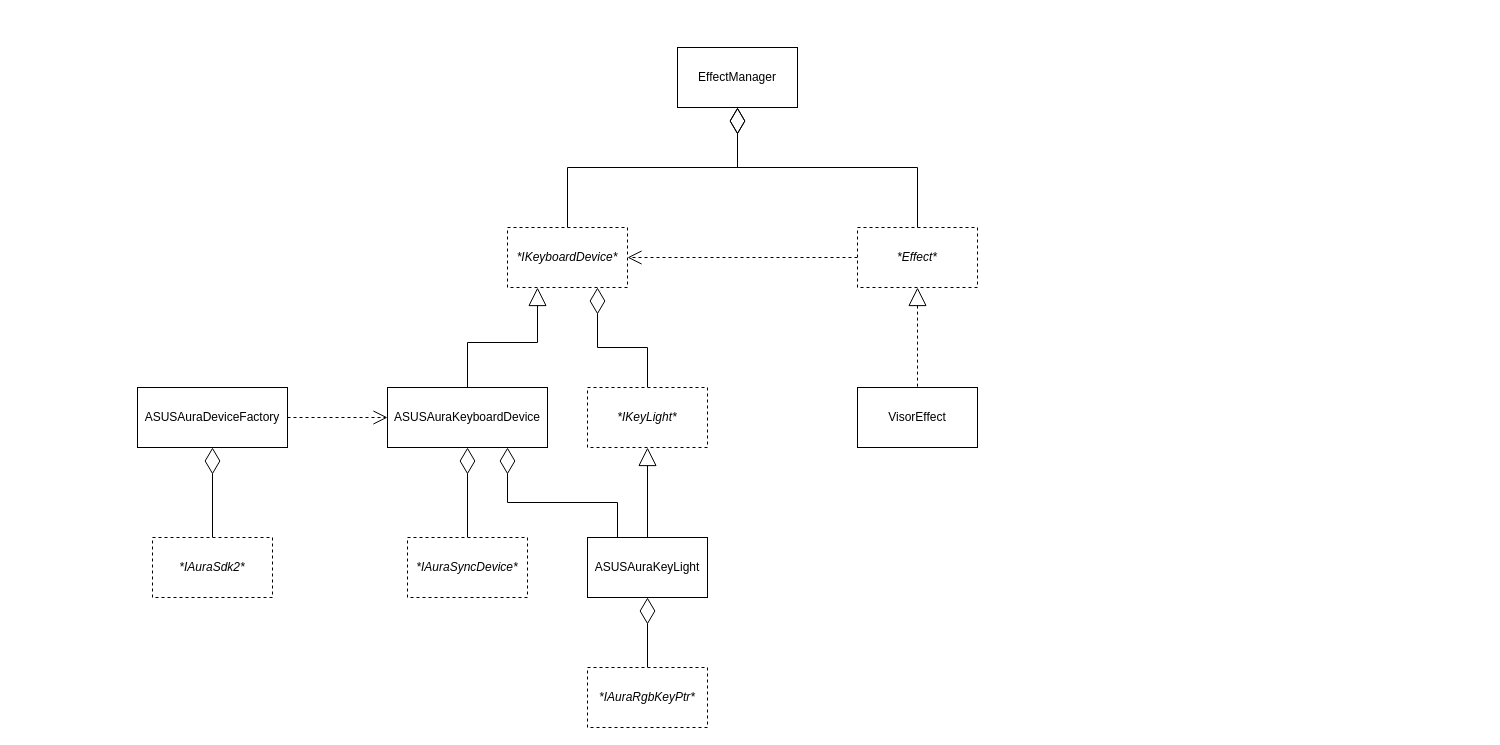
Before: resources/Architecture.drawio in JE-FH/RGBStudio, a draw.io diagram. Source tidied: cells renumbered, new cells numbered last; positions are measured from the earlier drawing's top-left corner, leaving out a move shared by most shapes. Both pictures are drawn from the tidied source at 100%, with x=0, y=0 at pixel (137, 47).
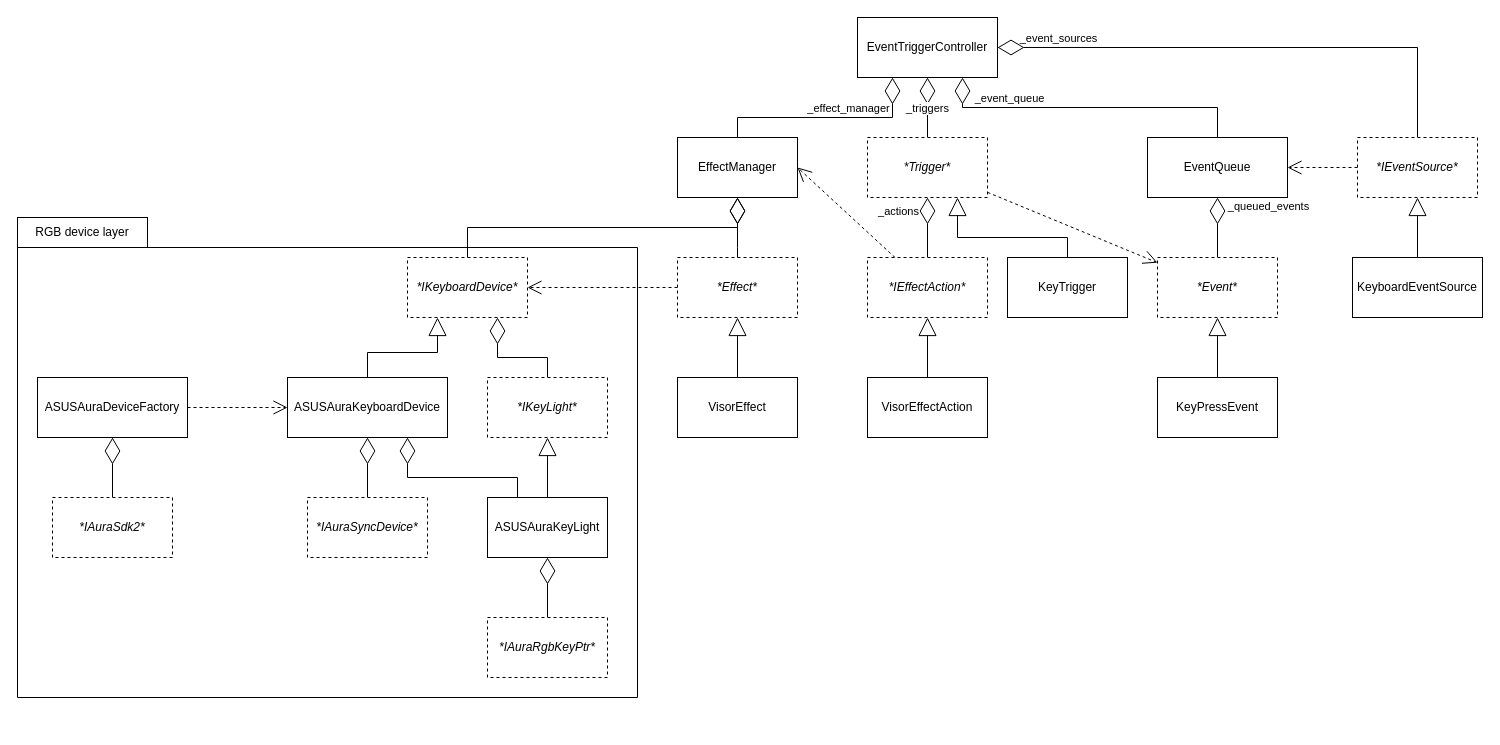
The same diagram, later.

The edit, as a diff of the source:
```diff
@@
     <mxCell id="4" value="*IKeyboardDevice*" style="rounded=0;whiteSpace=wrap;html=1;dashed=1;fontStyle=2;" parent="1" vertex="1">
-      <mxGeometry x="370" y="180" width="120" height="60" as="geometry" />
+      <mxGeometry x="270" y="210" width="120" height="60" as="geometry" />
     </mxCell>
@@
-    <mxCell id="6" style="edgeStyle=orthogonalEdgeStyle;rounded=0;jumpStyle=none;jettySize=auto;html=1;exitX=0.75;exitY=1;exitDx=0;exitDy=0;entryX=0.25;entryY=0;entryDx=0;entryDy=0;startArrow=diamondThin;startFill=0;endArrow=none;endFill=0;startSize=24;endSize=12;strokeColor=default;" parent="1" edge="1" source="7" target="16">
+    <mxCell id="6" style="edgeStyle=orthogonalEdgeStyle;rounded=0;jumpStyle=none;jettySize=auto;html=1;exitX=0.75;exitY=1;exitDx=0;exitDy=0;entryX=0.25;entryY=0;entryDx=0;entryDy=0;startArrow=diamondThin;startFill=0;endArrow=none;endFill=0;startSize=24;endSize=12;" parent="1" edge="1" source="7" target="16">
       <mxGeometry relative="1" as="geometry" />
     </mxCell>
     <mxCell id="7" value="ASUSAuraKeyboardDevice" style="rounded=0;whiteSpace=wrap;html=1;align=center;" parent="1" vertex="1">
-      <mxGeometry x="250" y="340" width="160" height="60" as="geometry" />
+      <mxGeometry x="150" y="330" width="160" height="60" as="geometry" />
     </mxCell>
@@
     <mxCell id="10" value="ASUSAuraDeviceFactory" style="rounded=0;whiteSpace=wrap;html=1;" parent="1" vertex="1">
-      <mxGeometry y="340" width="150" height="60" as="geometry" />
+      <mxGeometry x="-100" y="330" width="150" height="60" as="geometry" />
     </mxCell>
     <mxCell id="11" value="*IAuraSdk2*" style="rounded=0;whiteSpace=wrap;html=1;dashed=1;fontStyle=2;" parent="1" vertex="1">
-      <mxGeometry x="15" y="490" width="120" height="60" as="geometry" />
+      <mxGeometry x="-85" y="450" width="120" height="60" as="geometry" />
     </mxCell>
     <mxCell id="12" value="*IAuraSyncDevice*" style="rounded=0;whiteSpace=wrap;html=1;dashed=1;fontStyle=2;" parent="1" vertex="1">
-      <mxGeometry x="270" y="490" width="120" height="60" as="geometry" />
+      <mxGeometry x="170" y="450" width="120" height="60" as="geometry" />
     </mxCell>
@@
     <mxCell id="14" value="*IKeyLight*" style="rounded=0;whiteSpace=wrap;html=1;dashed=1;fontStyle=2;" parent="1" vertex="1">
-      <mxGeometry x="450" y="340" width="120" height="60" as="geometry" />
+      <mxGeometry x="350" y="330" width="120" height="60" as="geometry" />
     </mxCell>
@@
     <mxCell id="16" value="ASUSAuraKeyLight" style="rounded=0;whiteSpace=wrap;html=1;" parent="1" vertex="1">
-      <mxGeometry x="450" y="490" width="120" height="60" as="geometry" />
+      <mxGeometry x="350" y="450" width="120" height="60" as="geometry" />
     </mxCell>
     <mxCell id="17" value="*IAuraRgbKeyPtr*" style="rounded=0;whiteSpace=wrap;html=1;dashed=1;fontStyle=2;" parent="1" vertex="1">
-      <mxGeometry x="450" y="620" width="120" height="60" as="geometry" />
+      <mxGeometry x="350" y="570" width="120" height="60" as="geometry" />
     </mxCell>
@@
-    <mxCell id="19" style="edgeStyle=orthogonalEdgeStyle;rounded=0;jumpStyle=none;jettySize=auto;html=1;exitX=0.5;exitY=1;exitDx=0;exitDy=0;entryX=0.5;entryY=0;entryDx=0;entryDy=0;dashed=1;startArrow=block;startFill=0;endArrow=none;endFill=0;startSize=16;endSize=12;" parent="1" edge="1" source="20" target="21">
+    <mxCell id="19" style="edgeStyle=orthogonalEdgeStyle;rounded=0;jumpStyle=none;jettySize=auto;html=1;exitX=0.5;exitY=1;exitDx=0;exitDy=0;entryX=0.5;entryY=0;entryDx=0;entryDy=0;startArrow=block;startFill=0;endArrow=none;endFill=0;startSize=16;endSize=12;" parent="1" edge="1" source="20" target="21">
       <mxGeometry relative="1" as="geometry" />
     </mxCell>
     <mxCell id="20" value="*Effect*" style="rounded=0;whiteSpace=wrap;html=1;dashed=1;fontStyle=2;" parent="1" vertex="1">
-      <mxGeometry x="720" y="180" width="120" height="60" as="geometry" />
+      <mxGeometry x="540" y="210" width="120" height="60" as="geometry" />
     </mxCell>
     <mxCell id="21" value="VisorEffect" style="rounded=0;whiteSpace=wrap;html=1;" parent="1" vertex="1">
-      <mxGeometry x="720" y="340" width="120" height="60" as="geometry" />
+      <mxGeometry x="540" y="330" width="120" height="60" as="geometry" />
     </mxCell>
     <mxCell id="22" style="edgeStyle=orthogonalEdgeStyle;rounded=0;jumpStyle=none;jettySize=auto;html=1;entryX=0.5;entryY=0;entryDx=0;entryDy=0;startArrow=diamondThin;startFill=0;endArrow=none;endFill=0;startSize=24;endSize=12;exitX=0.5;exitY=1;exitDx=0;exitDy=0;" parent="1" edge="1" source="24" target="4">
       <mxGeometry relative="1" as="geometry">
         <Array as="points">
-          <mxPoint x="600" y="120" />
-          <mxPoint x="430" y="120" />
+          <mxPoint x="600" y="180" />
+          <mxPoint x="330" y="180" />
         </Array>
       </mxGeometry>
     </mxCell>
     <mxCell id="23" style="edgeStyle=orthogonalEdgeStyle;rounded=0;jumpStyle=none;jettySize=auto;html=1;exitX=0.5;exitY=1;exitDx=0;exitDy=0;entryX=0.5;entryY=0;entryDx=0;entryDy=0;startArrow=diamondThin;startFill=0;endArrow=none;endFill=0;startSize=24;endSize=12;" parent="1" edge="1" source="24" target="20">
       <mxGeometry relative="1" as="geometry">
         <Array as="points">
-          <mxPoint x="600" y="120" />
-          <mxPoint x="780" y="120" />
+          <mxPoint x="600" y="200" />
+          <mxPoint x="600" y="200" />
         </Array>
       </mxGeometry>
     </mxCell>
     <mxCell id="24" value="EffectManager" style="rounded=0;whiteSpace=wrap;html=1;" parent="1" vertex="1">
-      <mxGeometry x="540" width="120" height="60" as="geometry" />
+      <mxGeometry x="540" y="90" width="120" height="60" as="geometry" />
     </mxCell>
+    <mxCell id="25" style="edgeStyle=orthogonalEdgeStyle;html=1;entryX=0.5;entryY=0;entryDx=0;entryDy=0;startArrow=diamondThin;startFill=0;endArrow=none;endFill=0;endSize=24;startSize=24;rounded=0;exitX=0.25;exitY=1;exitDx=0;exitDy=0;" parent="1" edge="1" source="35" target="24">
+      <mxGeometry relative="1" as="geometry">
+        <Array as="points">
+          <mxPoint x="755" y="70" />
+          <mxPoint x="600" y="70" />
+        </Array>
+      </mxGeometry>
+    </mxCell>
+    <mxCell id="26" value="_effect_manager" style="edgeLabel;html=1;align=center;verticalAlign=middle;" parent="25" vertex="1">
+      <mxGeometry x="-0.23" y="-2" relative="1" as="geometry">
+        <mxPoint x="-2" y="-8" as="offset" />
+      </mxGeometry>
+    </mxCell>
+    <mxCell id="27" style="edgeStyle=orthogonalEdgeStyle;rounded=0;html=1;exitX=1;exitY=0.5;exitDx=0;exitDy=0;entryX=0.5;entryY=0;entryDx=0;entryDy=0;startArrow=diamondThin;startFill=0;endArrow=none;endFill=0;startSize=24;endSize=24;" parent="1" edge="1" source="35" target="37">
+      <mxGeometry relative="1" as="geometry" />
+    </mxCell>
+    <mxCell id="28" value="_event_sources" style="edgeLabel;html=1;align=center;verticalAlign=middle;" parent="27" vertex="1">
+      <mxGeometry x="-0.78" relative="1" as="geometry">
+        <mxPoint x="4" y="-10" as="offset" />
+      </mxGeometry>
+    </mxCell>
+    <mxCell id="29" style="edgeStyle=orthogonalEdgeStyle;html=1;entryX=0.5;entryY=0;entryDx=0;entryDy=0;endArrow=none;endFill=0;startArrow=diamondThin;startFill=0;startSize=24;rounded=0;exitX=0.5;exitY=1;exitDx=0;exitDy=0;" parent="1" edge="1" source="44" target="43">
+      <mxGeometry relative="1" as="geometry" />
+    </mxCell>
+    <mxCell id="30" value="_queued_events" style="edgeLabel;html=1;align=center;verticalAlign=middle;" parent="29" vertex="1">
+      <mxGeometry x="-0.53" y="-1" relative="1" as="geometry">
+        <mxPoint x="51" y="-6" as="offset" />
+      </mxGeometry>
+    </mxCell>
+    <mxCell id="31" style="edgeStyle=orthogonalEdgeStyle;rounded=0;html=1;exitX=0.75;exitY=1;exitDx=0;exitDy=0;entryX=0.5;entryY=0;entryDx=0;entryDy=0;startArrow=diamondThin;startFill=0;endArrow=none;endFill=0;startSize=24;endSize=12;" parent="1" edge="1" source="35" target="44">
+      <mxGeometry relative="1" as="geometry" />
+    </mxCell>
+    <mxCell id="32" value="_event_queue" style="edgeLabel;html=1;align=center;verticalAlign=middle;" parent="31" vertex="1">
+      <mxGeometry x="-0.4" y="1" relative="1" as="geometry">
+        <mxPoint x="-19" y="-9" as="offset" />
+      </mxGeometry>
+    </mxCell>
+    <mxCell id="33" style="edgeStyle=orthogonalEdgeStyle;rounded=0;html=1;entryX=0.5;entryY=0;entryDx=0;entryDy=0;startArrow=diamondThin;startFill=0;endArrow=none;endFill=0;startSize=24;endSize=12;" parent="1" edge="1" source="35" target="42">
+      <mxGeometry relative="1" as="geometry" />
+    </mxCell>
+    <mxCell id="34" value="_triggers" style="edgeLabel;html=1;align=center;verticalAlign=middle;" parent="33" vertex="1">
+      <mxGeometry x="0.68" y="-1" relative="1" as="geometry">
+        <mxPoint y="-20" as="offset" />
+      </mxGeometry>
+    </mxCell>
+    <mxCell id="35" value="EventTriggerController" style="rounded=0;whiteSpace=wrap;html=1;" parent="1" vertex="1">
+      <mxGeometry x="720" y="-30" width="140" height="60" as="geometry" />
+    </mxCell>
+    <mxCell id="36" style="edgeStyle=none;rounded=0;html=1;exitX=0;exitY=0.5;exitDx=0;exitDy=0;entryX=1;entryY=0.5;entryDx=0;entryDy=0;startArrow=none;startFill=0;endArrow=open;endFill=0;startSize=24;endSize=12;dashed=1;" parent="1" edge="1" source="37" target="44">
+      <mxGeometry relative="1" as="geometry" />
+    </mxCell>
+    <mxCell id="37" value="*IEventSource*" style="rounded=0;whiteSpace=wrap;html=1;fontStyle=2;dashed=1;" parent="1" vertex="1">
+      <mxGeometry x="1220" y="90" width="120" height="60" as="geometry" />
+    </mxCell>
+    <mxCell id="38" style="edgeStyle=none;rounded=0;html=1;dashed=1;startArrow=none;startFill=0;endArrow=open;endFill=0;startSize=24;endSize=12;" parent="1" edge="1" source="42" target="43">
+      <mxGeometry relative="1" as="geometry" />
+    </mxCell>
+    <mxCell id="39" style="edgeStyle=orthogonalEdgeStyle;rounded=0;html=1;entryX=0.5;entryY=0;entryDx=0;entryDy=0;startArrow=diamondThin;startFill=0;endArrow=none;endFill=0;startSize=24;endSize=12;" parent="1" edge="1" source="42" target="56">
+      <mxGeometry relative="1" as="geometry" />
+    </mxCell>
+    <mxCell id="40" value="_actions" style="edgeLabel;html=1;align=center;verticalAlign=middle;" parent="39" vertex="1">
+      <mxGeometry x="-0.42" y="7" relative="1" as="geometry">
+        <mxPoint x="-37" y="-4" as="offset" />
+      </mxGeometry>
+    </mxCell>
+    <mxCell id="41" style="edgeStyle=orthogonalEdgeStyle;rounded=0;html=1;exitX=0.75;exitY=1;exitDx=0;exitDy=0;entryX=0.5;entryY=0;entryDx=0;entryDy=0;startArrow=block;startFill=0;endArrow=none;endFill=0;startSize=16;endSize=12;" parent="1" edge="1" source="42" target="58">
+      <mxGeometry relative="1" as="geometry">
+        <Array as="points">
+          <mxPoint x="820" y="190" />
+          <mxPoint x="930" y="190" />
+        </Array>
+      </mxGeometry>
+    </mxCell>
+    <mxCell id="42" value="*Trigger*" style="rounded=0;whiteSpace=wrap;html=1;dashed=1;fontStyle=2;" parent="1" vertex="1">
+      <mxGeometry x="730" y="90" width="120" height="60" as="geometry" />
+    </mxCell>
+    <mxCell id="43" value="*Event*" style="rounded=0;whiteSpace=wrap;html=1;fontStyle=2;dashed=1;" parent="1" vertex="1">
+      <mxGeometry x="1020" y="210" width="120" height="60" as="geometry" />
+    </mxCell>
+    <mxCell id="44" value="EventQueue" style="rounded=0;whiteSpace=wrap;html=1;" parent="1" vertex="1">
+      <mxGeometry x="1010" y="90" width="140" height="60" as="geometry" />
+    </mxCell>
+    <mxCell id="45" style="edgeStyle=none;rounded=0;html=1;entryX=0.5;entryY=1;entryDx=0;entryDy=0;startArrow=none;startFill=0;endArrow=block;endFill=0;startSize=24;endSize=16;" parent="1" edge="1" source="46" target="43">
+      <mxGeometry relative="1" as="geometry" />
+    </mxCell>
+    <mxCell id="46" value="KeyPressEvent" style="rounded=0;whiteSpace=wrap;html=1;" parent="1" vertex="1">
+      <mxGeometry x="1020" y="330" width="120" height="60" as="geometry" />
+    </mxCell>
+    <mxCell id="47" style="edgeStyle=none;rounded=0;html=1;exitX=0.5;exitY=0;exitDx=0;exitDy=0;entryX=0.5;entryY=1;entryDx=0;entryDy=0;startArrow=none;startFill=0;endArrow=block;endFill=0;startSize=24;endSize=16;" parent="1" edge="1" source="48" target="37">
+      <mxGeometry relative="1" as="geometry" />
+    </mxCell>
+    <mxCell id="48" value="KeyboardEventSource" style="rounded=0;whiteSpace=wrap;html=1;" parent="1" vertex="1">
+      <mxGeometry x="1215" y="210" width="130" height="60" as="geometry" />
+    </mxCell>
+    <mxCell id="49" style="endArrow=none;html=1;startSize=24;endSize=12;startArrow=none;startFill=0;" parent="1" edge="1">
+      <mxGeometry relative="1" as="geometry">
+        <mxPoint x="-120" y="650" as="sourcePoint" />
+        <mxPoint x="-120" y="200" as="targetPoint" />
+      </mxGeometry>
+    </mxCell>
+    <mxCell id="50" style="endArrow=none;html=1;startSize=24;endSize=12;" parent="1" edge="1">
+      <mxGeometry relative="1" as="geometry">
+        <mxPoint x="-120" y="650" as="sourcePoint" />
+        <mxPoint x="500" y="650" as="targetPoint" />
+      </mxGeometry>
+    </mxCell>
+    <mxCell id="51" style="endArrow=none;html=1;startSize=24;endSize=12;" parent="1" edge="1">
+      <mxGeometry relative="1" as="geometry">
+        <mxPoint x="-120" y="200" as="sourcePoint" />
+        <mxPoint x="500" y="200" as="targetPoint" />
+      </mxGeometry>
+    </mxCell>
+    <mxCell id="52" style="endArrow=none;html=1;startSize=24;endSize=12;" parent="1" edge="1">
+      <mxGeometry relative="1" as="geometry">
+        <mxPoint x="500" y="200" as="sourcePoint" />
+        <mxPoint x="500" y="650" as="targetPoint" />
+      </mxGeometry>
+    </mxCell>
+    <mxCell id="53" value="RGB device layer" style="rounded=0;whiteSpace=wrap;html=1;" parent="1" vertex="1">
+      <mxGeometry x="-120" y="170" width="130" height="30" as="geometry" />
+    </mxCell>
+    <mxCell id="54" style="edgeStyle=none;rounded=0;html=1;entryX=1;entryY=0.5;entryDx=0;entryDy=0;dashed=1;startArrow=none;startFill=0;endArrow=open;endFill=0;startSize=24;endSize=12;" parent="1" edge="1" source="56" target="24">
+      <mxGeometry relative="1" as="geometry" />
+    </mxCell>
+    <mxCell id="55" style="edgeStyle=orthogonalEdgeStyle;rounded=0;html=1;exitX=0.5;exitY=1;exitDx=0;exitDy=0;entryX=0.5;entryY=0;entryDx=0;entryDy=0;startArrow=block;startFill=0;endArrow=none;endFill=0;startSize=16;endSize=12;" parent="1" edge="1" source="56" target="57">
+      <mxGeometry relative="1" as="geometry" />
+    </mxCell>
+    <mxCell id="56" value="*IEffectAction*" style="rounded=0;whiteSpace=wrap;html=1;dashed=1;fontStyle=2;" parent="1" vertex="1">
+      <mxGeometry x="730" y="210" width="120" height="60" as="geometry" />
+    </mxCell>
+    <mxCell id="57" value="VisorEffectAction" style="rounded=0;whiteSpace=wrap;html=1;" parent="1" vertex="1">
+      <mxGeometry x="730" y="330" width="120" height="60" as="geometry" />
+    </mxCell>
+    <mxCell id="58" value="KeyTrigger" style="rounded=0;whiteSpace=wrap;html=1;" parent="1" vertex="1">
+      <mxGeometry x="870" y="210" width="120" height="60" as="geometry" />
+    </mxCell>
```
